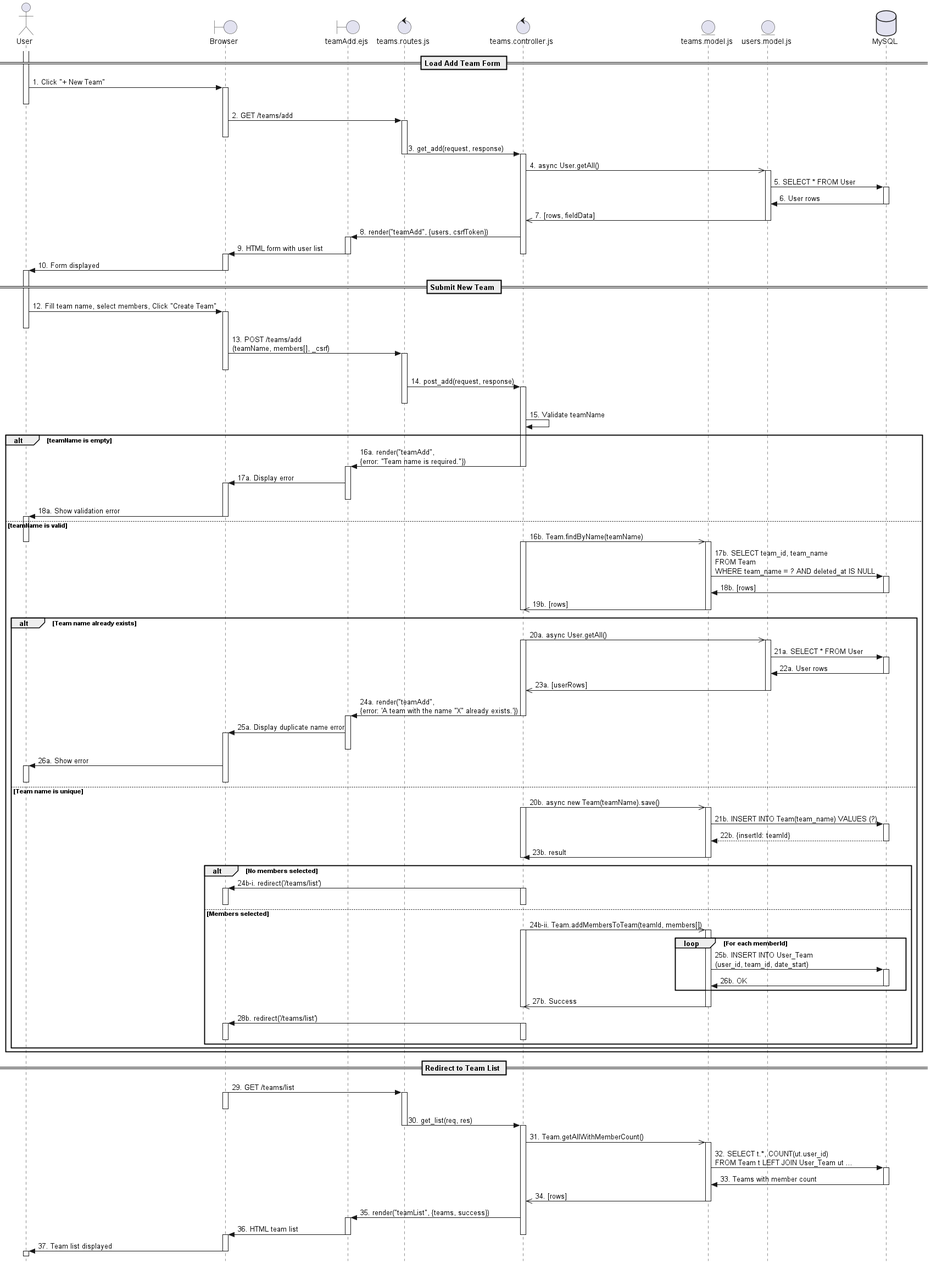
The PlantUML diagram out/sequenceDiagrams/FR09/AddTeamSequence.png in lucca-t/TC2005B_Proyecto, before a commit.
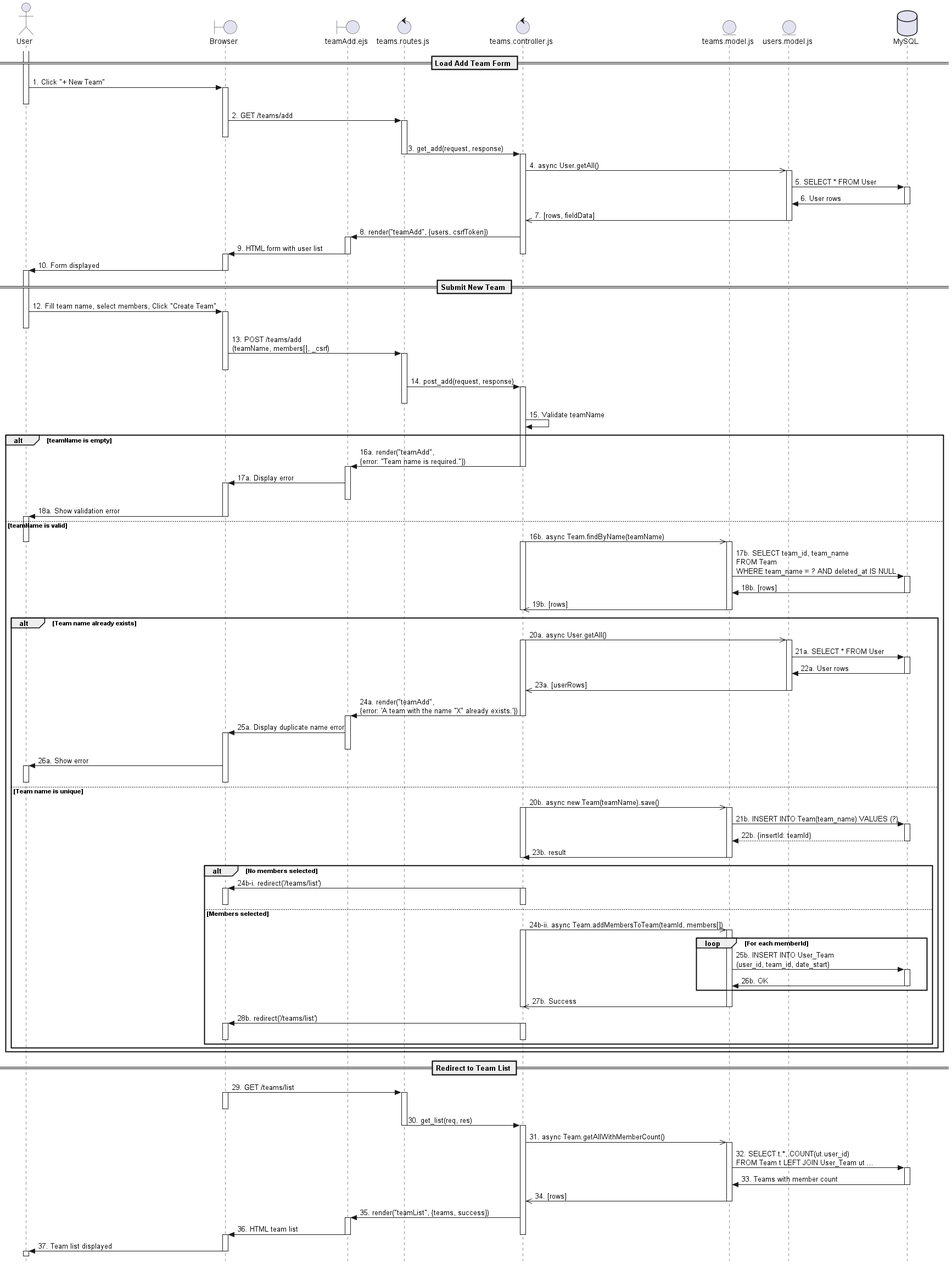
The same file after the commit.

Commit message:
Fix: fixed the FR09 sequence diagram, awaiting for a Lalo checkout

Diff of the diagram source:
```diff
@@ -69,7 +69,7 @@
 
 else teamName is valid
 
-    controller ->> model: 16b. Team.findByName(teamName)
+    controller ->> model: 16b. async Team.findByName(teamName)
     deactivate user
     activate controller
     activate model
@@ -125,7 +125,7 @@
             deactivate browser
             deactivate controller
         else Members selected
-            controller ->> model: 24b-ii. Team.addMembersToTeam(teamId, members[])
+            controller ->> model: 24b-ii. async Team.addMembersToTeam(teamId, members[])
             activate controller
             activate model
             loop For each memberId
@@ -158,7 +158,7 @@
 routes -> controller: 30. get_list(req, res)
 deactivate routes
 activate controller
-controller ->> model: 31. Team.getAllWithMemberCount()
+controller ->> model: 31. async Team.getAllWithMemberCount()
 activate model
 model -> db: 32. SELECT t.*, COUNT(ut.user_id)\nFROM Team t LEFT JOIN User_Team ut ...
 activate db
```
